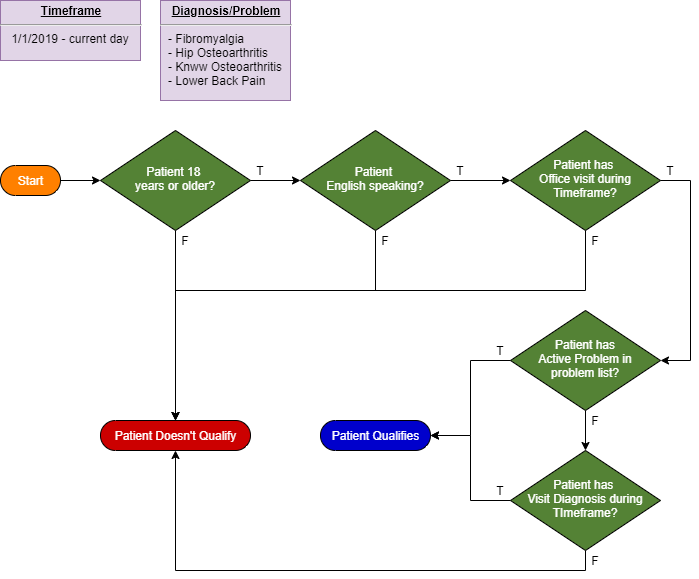
Above: input/pagecontent/img/iqq-diagram.png in cqframework/cds4cpm (draw.io), before the change. Source tidied: cells renumbered, new cells last; positions are measured from the earlier drawing's top-left corner, leaving out a move shared by most shapes. The source it was exported from:
```xml
<mxGraphModel>
  <root>
    <mxCell id="0" />
    <mxCell id="1" parent="0" />
    <mxCell id="2" style="edgeStyle=orthogonalEdgeStyle;rounded=0;jettySize=auto;html=1;entryX=0;entryY=0.5;entryDx=0;entryDy=0;" parent="1" edge="1" source="4" target="7">
      <mxGeometry relative="1" as="geometry" />
    </mxCell>
    <mxCell id="3" style="edgeStyle=orthogonalEdgeStyle;rounded=0;jettySize=auto;html=1;entryX=0.5;entryY=0.5;entryDx=0;entryDy=-15;entryPerimeter=0;" parent="1" edge="1" source="4" target="22">
      <mxGeometry relative="1" as="geometry">
        <Array as="points">
          <mxPoint x="175" y="310" />
          <mxPoint x="175" y="310" />
        </Array>
      </mxGeometry>
    </mxCell>
    <mxCell id="4" value="&lt;font color=&quot;#ffffff&quot;&gt;Patient 18 &lt;br&gt;years or older?&lt;/font&gt;" style="rhombus;whiteSpace=wrap;html=1;shadow=0;fontFamily=Helvetica;fontSize=12;align=center;strokeWidth=1;spacing=6;spacingTop=-4;fillColor=#548235;" parent="1" vertex="1">
      <mxGeometry x="100" y="130" width="150" height="100" as="geometry" />
    </mxCell>
    <mxCell id="5" style="edgeStyle=orthogonalEdgeStyle;rounded=0;jettySize=auto;html=1;entryX=0;entryY=0.5;entryDx=0;entryDy=0;" parent="1" edge="1" source="7" target="10">
      <mxGeometry relative="1" as="geometry" />
    </mxCell>
    <mxCell id="6" style="edgeStyle=orthogonalEdgeStyle;rounded=0;jettySize=auto;html=1;entryX=0.5;entryY=0.5;entryDx=0;entryDy=-15;entryPerimeter=0;" parent="1" edge="1" source="7" target="22">
      <mxGeometry relative="1" as="geometry">
        <Array as="points">
          <mxPoint x="375" y="290" />
          <mxPoint x="175" y="290" />
        </Array>
      </mxGeometry>
    </mxCell>
    <mxCell id="7" value="&lt;font color=&quot;#ffffff&quot;&gt;Patient &lt;br&gt;English speaking?&lt;/font&gt;" style="rhombus;whiteSpace=wrap;html=1;shadow=0;fontFamily=Helvetica;fontSize=12;align=center;strokeWidth=1;spacing=6;spacingTop=-4;fillColor=#548235;" parent="1" vertex="1">
      <mxGeometry x="300" y="130" width="150" height="100" as="geometry" />
    </mxCell>
    <mxCell id="8" style="edgeStyle=orthogonalEdgeStyle;rounded=0;jettySize=auto;html=1;entryX=1;entryY=0.5;entryDx=0;entryDy=0;" parent="1" edge="1" source="10" target="18">
      <mxGeometry relative="1" as="geometry">
        <Array as="points">
          <mxPoint x="690" y="180" />
          <mxPoint x="690" y="360" />
        </Array>
      </mxGeometry>
    </mxCell>
    <mxCell id="9" style="edgeStyle=orthogonalEdgeStyle;rounded=0;jettySize=auto;html=1;entryX=0.5;entryY=0.5;entryDx=0;entryDy=-15;entryPerimeter=0;" parent="1" edge="1" source="10" target="22">
      <mxGeometry relative="1" as="geometry">
        <Array as="points">
          <mxPoint x="585" y="290" />
          <mxPoint x="175" y="290" />
        </Array>
      </mxGeometry>
    </mxCell>
    <mxCell id="10" value="&lt;font color=&quot;#ffffff&quot;&gt;Patient has &lt;br&gt;Office visit during Timeframe?&lt;/font&gt;" style="rhombus;whiteSpace=wrap;html=1;shadow=0;fontFamily=Helvetica;fontSize=12;align=center;strokeWidth=1;spacing=6;spacingTop=-4;fillColor=#548235;" parent="1" vertex="1">
      <mxGeometry x="510" y="130" width="150" height="100" as="geometry" />
    </mxCell>
    <mxCell id="11" style="edgeStyle=orthogonalEdgeStyle;rounded=0;jettySize=auto;html=1;" parent="1" edge="1" source="12" target="4">
      <mxGeometry relative="1" as="geometry" />
    </mxCell>
    <mxCell id="12" value="&lt;font color=&quot;#ffffff&quot;&gt;Start&lt;/font&gt;" style="html=1;dashed=0;whitespace=wrap;shape=mxgraph.dfd.start;fillColor=#FF8000;" parent="1" vertex="1">
      <mxGeometry y="165" width="60" height="30" as="geometry" />
    </mxCell>
    <mxCell id="13" value="&lt;font color=&quot;#ffffff&quot;&gt;Patient Qualifies&lt;/font&gt;" style="html=1;dashed=0;whitespace=wrap;shape=mxgraph.dfd.start;fillColor=#0000CC;" parent="1" vertex="1">
      <mxGeometry x="320" y="420" width="110" height="30" as="geometry" />
    </mxCell>
    <mxCell id="14" value="&lt;p style=&quot;margin: 0px ; margin-top: 4px ; text-align: center ; text-decoration: underline&quot;&gt;&lt;b&gt;Timeframe&lt;/b&gt;&lt;/p&gt;&lt;hr&gt;&lt;p style=&quot;margin: 0px ; margin-left: 8px&quot;&gt;&amp;nbsp;1/1/2019 - current day&lt;/p&gt;" style="verticalAlign=top;align=left;overflow=fill;fontSize=12;fontFamily=Helvetica;html=1;fillColor=#e1d5e7;strokeColor=#9673a6;" parent="1" vertex="1">
      <mxGeometry width="140" height="60" as="geometry" />
    </mxCell>
    <mxCell id="15" value="&lt;p style=&quot;margin: 0px ; margin-top: 4px ; text-align: center ; text-decoration: underline&quot;&gt;&lt;b&gt;Diagnosis/Problem&lt;/b&gt;&lt;/p&gt;&lt;hr&gt;&lt;p style=&quot;margin: 0px ; margin-left: 8px&quot;&gt;- Fibromyalgia&lt;/p&gt;&lt;p style=&quot;margin: 0px ; margin-left: 8px&quot;&gt;- Hip Osteoarthritis&lt;/p&gt;&lt;p style=&quot;margin: 0px ; margin-left: 8px&quot;&gt;- Knww Osteoarthritis&lt;/p&gt;&lt;p style=&quot;margin: 0px ; margin-left: 8px&quot;&gt;- Lower Back Pain&lt;/p&gt;" style="verticalAlign=top;align=left;overflow=fill;fontSize=12;fontFamily=Helvetica;html=1;fillColor=#e1d5e7;strokeColor=#9673a6;" parent="1" vertex="1">
      <mxGeometry x="160" width="130" height="100" as="geometry" />
    </mxCell>
    <mxCell id="16" style="edgeStyle=orthogonalEdgeStyle;rounded=0;jettySize=auto;html=1;entryX=0.5;entryY=0;entryDx=0;entryDy=0;" parent="1" edge="1" source="18" target="21">
      <mxGeometry relative="1" as="geometry" />
    </mxCell>
    <mxCell id="17" style="edgeStyle=orthogonalEdgeStyle;rounded=0;jettySize=auto;html=1;entryX=1;entryY=0.5;entryDx=0;entryDy=0;entryPerimeter=0;" parent="1" edge="1" source="18" target="13">
      <mxGeometry relative="1" as="geometry" />
    </mxCell>
    <mxCell id="18" value="&lt;font color=&quot;#ffffff&quot;&gt;Patient has&lt;br&gt;Active Problem in problem list?&lt;/font&gt;" style="rhombus;whiteSpace=wrap;html=1;shadow=0;fontFamily=Helvetica;fontSize=12;align=center;strokeWidth=1;spacing=6;spacingTop=-4;fillColor=#548235;" parent="1" vertex="1">
      <mxGeometry x="510" y="310" width="150" height="100" as="geometry" />
    </mxCell>
    <mxCell id="19" style="edgeStyle=orthogonalEdgeStyle;rounded=0;jettySize=auto;html=1;entryX=1;entryY=0.5;entryDx=0;entryDy=0;entryPerimeter=0;" parent="1" edge="1" source="21" target="13">
      <mxGeometry relative="1" as="geometry" />
    </mxCell>
    <mxCell id="20" style="edgeStyle=orthogonalEdgeStyle;rounded=0;jettySize=auto;html=1;entryX=0.5;entryY=0.5;entryDx=0;entryDy=15;entryPerimeter=0;" parent="1" edge="1" source="21" target="22">
      <mxGeometry relative="1" as="geometry">
        <Array as="points">
          <mxPoint x="585" y="570" />
          <mxPoint x="175" y="570" />
        </Array>
      </mxGeometry>
    </mxCell>
    <mxCell id="21" value="&lt;font color=&quot;#ffffff&quot;&gt;Patient has &lt;br&gt;Visit Diagnosis during TImeframe?&lt;/font&gt;" style="rhombus;whiteSpace=wrap;html=1;shadow=0;fontFamily=Helvetica;fontSize=12;align=center;strokeWidth=1;spacing=6;spacingTop=-4;fillColor=#548235;" parent="1" vertex="1">
      <mxGeometry x="510" y="450" width="150" height="100" as="geometry" />
    </mxCell>
    <mxCell id="22" value="&lt;font color=&quot;#ffffff&quot;&gt;Patient Doesn't Qualify&lt;/font&gt;" style="html=1;dashed=0;whitespace=wrap;shape=mxgraph.dfd.start;fillColor=#CC0000;" parent="1" vertex="1">
      <mxGeometry x="100" y="420" width="150" height="30" as="geometry" />
    </mxCell>
    <mxCell id="23" value="T" style="text;html=1;strokeColor=none;fillColor=none;align=center;verticalAlign=middle;whiteSpace=wrap;rounded=0;" parent="1" vertex="1">
      <mxGeometry x="250" y="160" width="20" height="20" as="geometry" />
    </mxCell>
    <mxCell id="24" value="T" style="text;html=1;strokeColor=none;fillColor=none;align=center;verticalAlign=middle;whiteSpace=wrap;rounded=0;" parent="1" vertex="1">
      <mxGeometry x="450" y="160" width="20" height="20" as="geometry" />
    </mxCell>
    <mxCell id="25" value="T" style="text;html=1;strokeColor=none;fillColor=none;align=center;verticalAlign=middle;whiteSpace=wrap;rounded=0;" parent="1" vertex="1">
      <mxGeometry x="660" y="160" width="20" height="20" as="geometry" />
    </mxCell>
    <mxCell id="26" value="T" style="text;html=1;strokeColor=none;fillColor=none;align=center;verticalAlign=middle;whiteSpace=wrap;rounded=0;" parent="1" vertex="1">
      <mxGeometry x="490" y="340" width="20" height="20" as="geometry" />
    </mxCell>
    <mxCell id="27" value="T" style="text;html=1;strokeColor=none;fillColor=none;align=center;verticalAlign=middle;whiteSpace=wrap;rounded=0;" parent="1" vertex="1">
      <mxGeometry x="490" y="480" width="20" height="20" as="geometry" />
    </mxCell>
    <mxCell id="28" value="F" style="text;html=1;strokeColor=none;fillColor=none;align=center;verticalAlign=middle;whiteSpace=wrap;rounded=0;" parent="1" vertex="1">
      <mxGeometry x="585" y="410" width="20" height="20" as="geometry" />
    </mxCell>
    <mxCell id="29" value="F" style="text;html=1;strokeColor=none;fillColor=none;align=center;verticalAlign=middle;whiteSpace=wrap;rounded=0;" parent="1" vertex="1">
      <mxGeometry x="585" y="550" width="20" height="20" as="geometry" />
    </mxCell>
    <mxCell id="30" value="F" style="text;html=1;strokeColor=none;fillColor=none;align=center;verticalAlign=middle;whiteSpace=wrap;rounded=0;" parent="1" vertex="1">
      <mxGeometry x="585" y="230" width="20" height="20" as="geometry" />
    </mxCell>
    <mxCell id="31" value="F" style="text;html=1;strokeColor=none;fillColor=none;align=center;verticalAlign=middle;whiteSpace=wrap;rounded=0;" parent="1" vertex="1">
      <mxGeometry x="375" y="230" width="20" height="20" as="geometry" />
    </mxCell>
    <mxCell id="32" value="F" style="text;html=1;strokeColor=none;fillColor=none;align=center;verticalAlign=middle;whiteSpace=wrap;rounded=0;" parent="1" vertex="1">
      <mxGeometry x="175" y="230" width="20" height="20" as="geometry" />
    </mxCell>
  </root>
</mxGraphModel>
```
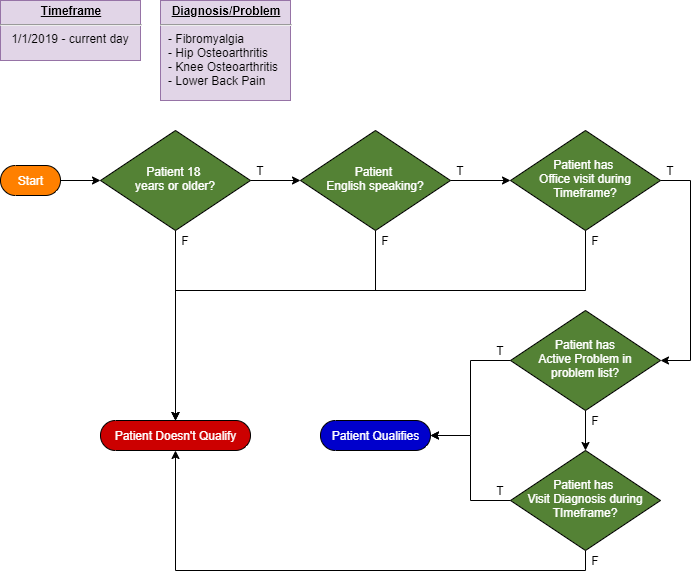
Above is the later version.

Commit message:
Updated diagram and wording on iqq page

Change to the diagram source:
```diff
@@ -61,7 +61,7 @@
     <mxCell id="14" value="&lt;p style=&quot;margin: 0px ; margin-top: 4px ; text-align: center ; text-decoration: underline&quot;&gt;&lt;b&gt;Timeframe&lt;/b&gt;&lt;/p&gt;&lt;hr&gt;&lt;p style=&quot;margin: 0px ; margin-left: 8px&quot;&gt;&amp;nbsp;1/1/2019 - current day&lt;/p&gt;" style="verticalAlign=top;align=left;overflow=fill;fontSize=12;fontFamily=Helvetica;html=1;fillColor=#e1d5e7;strokeColor=#9673a6;" parent="1" vertex="1">
       <mxGeometry width="140" height="60" as="geometry" />
     </mxCell>
-    <mxCell id="15" value="&lt;p style=&quot;margin: 0px ; margin-top: 4px ; text-align: center ; text-decoration: underline&quot;&gt;&lt;b&gt;Diagnosis/Problem&lt;/b&gt;&lt;/p&gt;&lt;hr&gt;&lt;p style=&quot;margin: 0px ; margin-left: 8px&quot;&gt;- Fibromyalgia&lt;/p&gt;&lt;p style=&quot;margin: 0px ; margin-left: 8px&quot;&gt;- Hip Osteoarthritis&lt;/p&gt;&lt;p style=&quot;margin: 0px ; margin-left: 8px&quot;&gt;- Knww Osteoarthritis&lt;/p&gt;&lt;p style=&quot;margin: 0px ; margin-left: 8px&quot;&gt;- Lower Back Pain&lt;/p&gt;" style="verticalAlign=top;align=left;overflow=fill;fontSize=12;fontFamily=Helvetica;html=1;fillColor=#e1d5e7;strokeColor=#9673a6;" parent="1" vertex="1">
+    <mxCell id="15" value="&lt;p style=&quot;margin: 0px ; margin-top: 4px ; text-align: center ; text-decoration: underline&quot;&gt;&lt;b&gt;Diagnosis/Problem&lt;/b&gt;&lt;/p&gt;&lt;hr&gt;&lt;p style=&quot;margin: 0px ; margin-left: 8px&quot;&gt;- Fibromyalgia&lt;/p&gt;&lt;p style=&quot;margin: 0px ; margin-left: 8px&quot;&gt;- Hip Osteoarthritis&lt;/p&gt;&lt;p style=&quot;margin: 0px ; margin-left: 8px&quot;&gt;- Knee Osteoarthritis&lt;/p&gt;&lt;p style=&quot;margin: 0px ; margin-left: 8px&quot;&gt;- Lower Back Pain&lt;/p&gt;" style="verticalAlign=top;align=left;overflow=fill;fontSize=12;fontFamily=Helvetica;html=1;fillColor=#e1d5e7;strokeColor=#9673a6;" parent="1" vertex="1">
       <mxGeometry x="160" width="130" height="100" as="geometry" />
     </mxCell>
     <mxCell id="16" style="edgeStyle=orthogonalEdgeStyle;rounded=0;jettySize=auto;html=1;entryX=0.5;entryY=0;entryDx=0;entryDy=0;" parent="1" edge="1" source="18" target="21">
```
